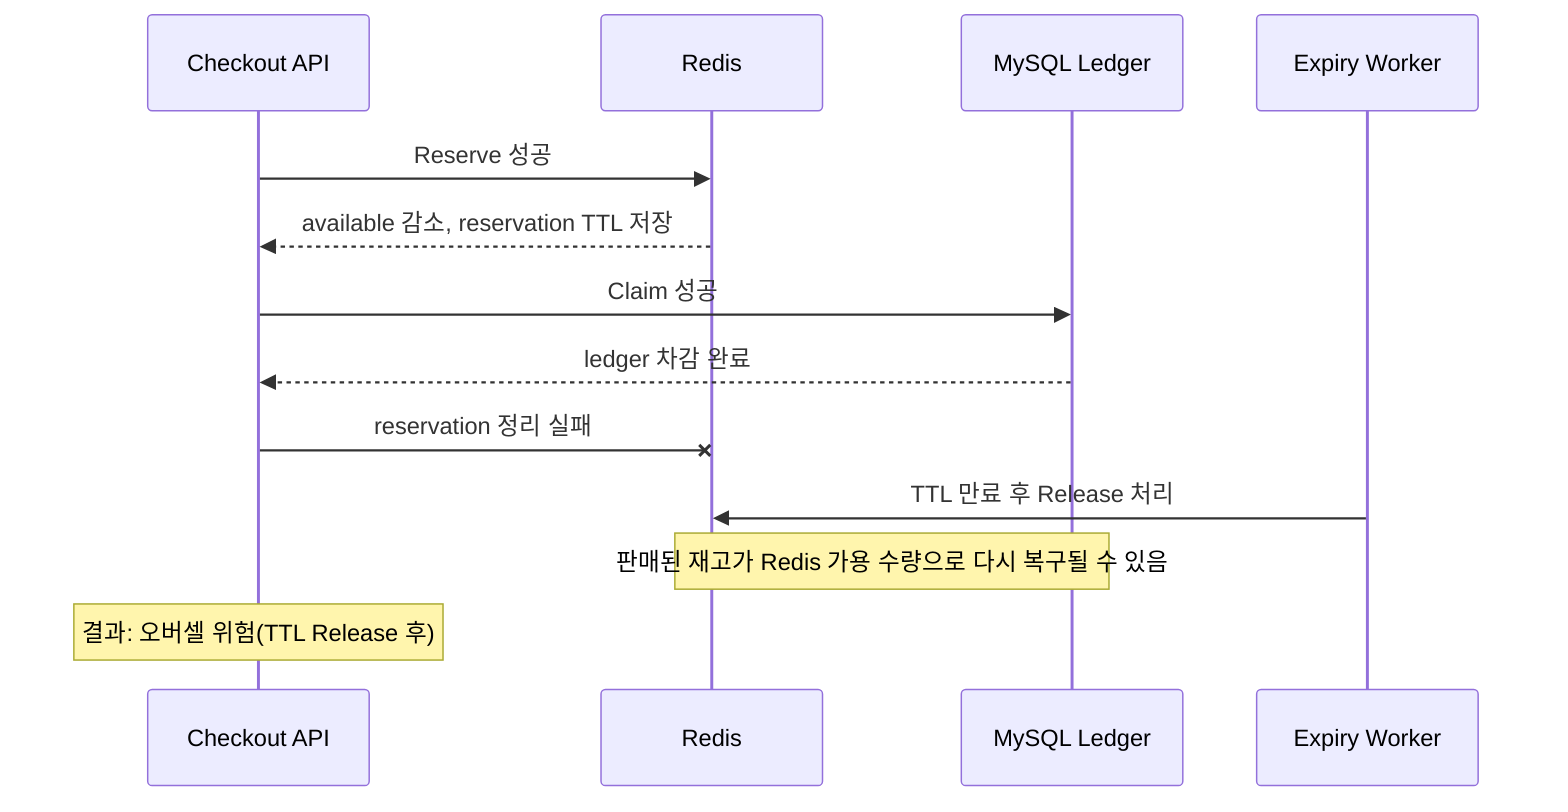
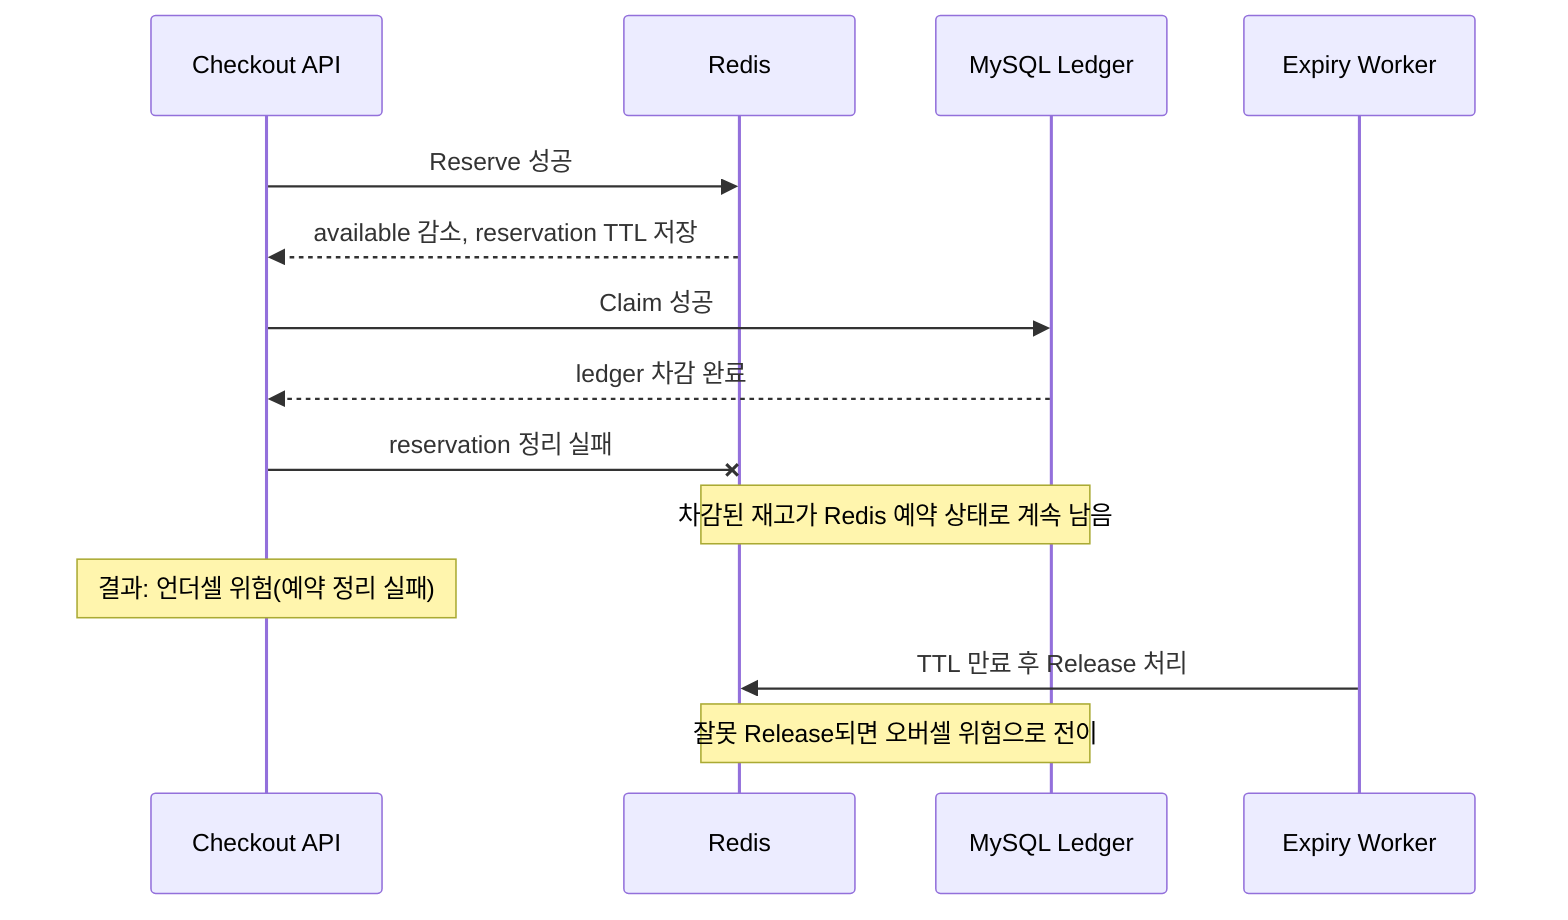
sequenceDiagram
    participant API as Checkout API
    participant Redis
    participant DB as MySQL Ledger
    participant Worker as Expiry Worker

    API->>Redis: Reserve 성공
    Redis-->>API: available 감소, reservation TTL 저장
    API->>DB: Claim 성공
    DB-->>API: ledger 차감 완료
    API-xRedis: reservation 정리 실패
+     Note over Redis,DB: 차감된 재고가 Redis 예약 상태로 계속 남음
+     Note over API: 결과: 언더셀 위험(예약 정리 실패)
    Worker->>Redis: TTL 만료 후 Release 처리
-     Note over Redis,DB: 판매된 재고가 Redis 가용 수량으로 다시 복구될 수 있음
-     Note over API: 결과: 오버셀 위험(TTL Release 후)
+     Note over Redis,DB: 잘못 Release되면 오버셀 위험으로 전이
